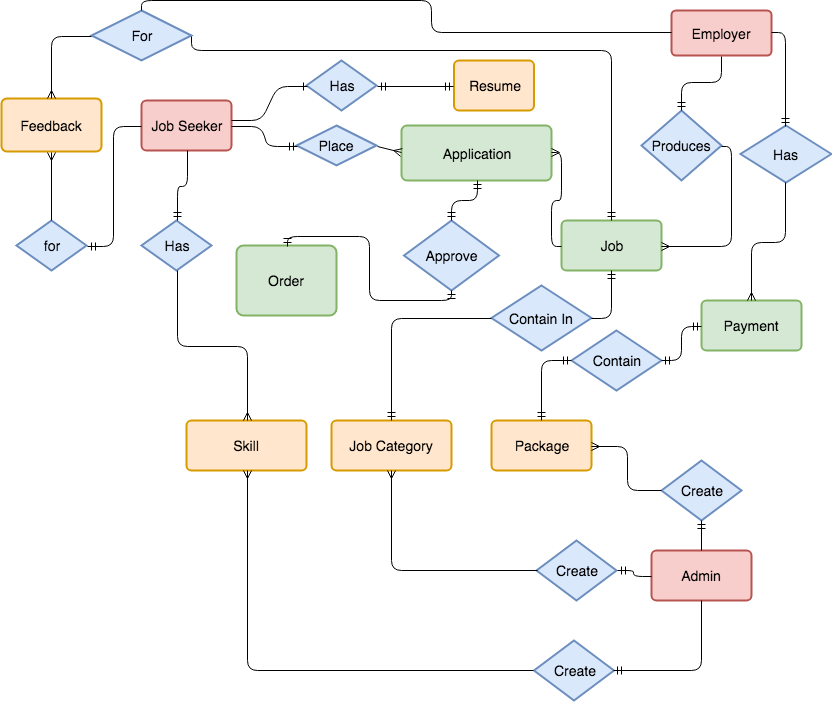
Before: images/ER.png, a diagram exported from draw.io (hungdt-ibl/documents). Source tidied: cells renumbered, new cells last; positions are measured from the earlier drawing's top-left corner, leaving out a move shared by most shapes.
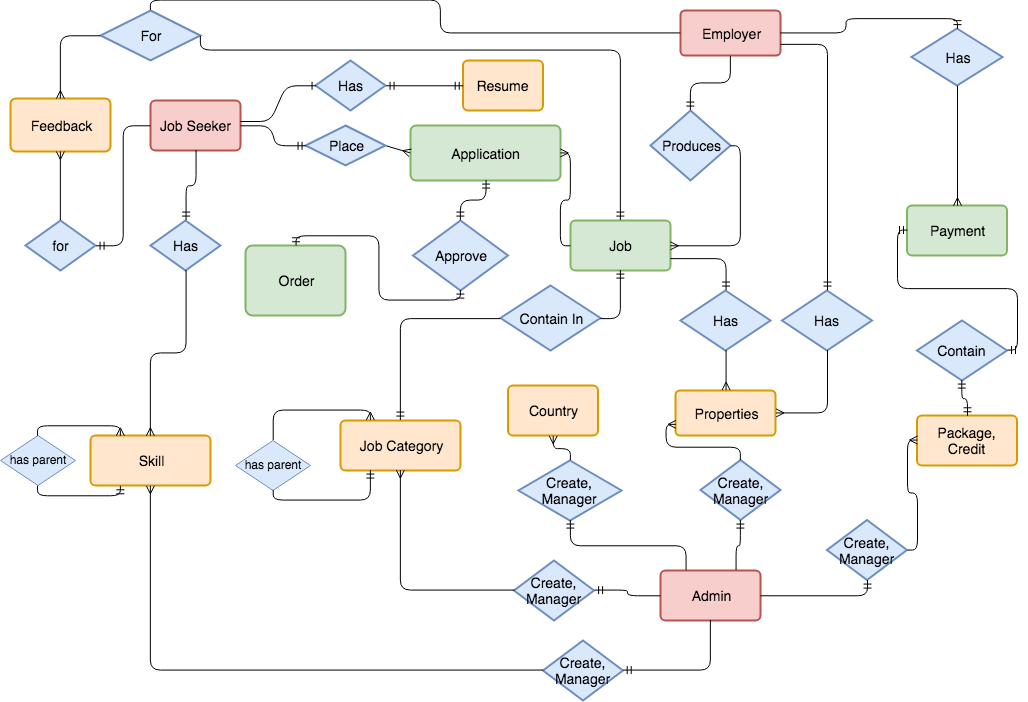
The same file after the commit.

Diff of the diagram source:
```diff
@@ -48,7 +48,7 @@
       <mxGeometry relative="1" as="geometry" />
     </mxCell>
     <mxCell id="17" value="Admin" style="strokeWidth=2;rounded=1;arcSize=10;whiteSpace=wrap;html=1;align=center;fontSize=14;fillColor=#f8cecc;strokeColor=#b85450;" parent="1" vertex="1">
-      <mxGeometry x="650" y="540" width="100" height="50" as="geometry" />
+      <mxGeometry x="650" y="560" width="100" height="50" as="geometry" />
     </mxCell>
     <mxCell id="18" value="Order" style="strokeWidth=2;rounded=1;arcSize=10;whiteSpace=wrap;html=1;align=center;fontSize=14;fillColor=#d5e8d4;strokeColor=#82b366;" parent="1" vertex="1">
       <mxGeometry x="235" y="235" width="100" height="70" as="geometry" />
@@ -62,23 +62,23 @@
     <mxCell id="21" style="fontSize=12;html=1;endArrow=ERmandOne;startArrow=ERmandOne;entryX=0.5;entryY=0;entryDx=0;entryDy=0;exitX=0.5;exitY=1;exitDx=0;exitDy=0;edgeStyle=orthogonalEdgeStyle;" parent="1" edge="1" source="19" target="18">
       <mxGeometry relative="1" as="geometry" />
     </mxCell>
-    <mxCell id="22" value="Create" style="shape=rhombus;strokeWidth=2;fontSize=17;perimeter=rhombusPerimeter;whiteSpace=wrap;html=1;align=center;fontSize=14;fillColor=#dae8fc;strokeColor=#6c8ebf;" parent="1" vertex="1">
-      <mxGeometry x="660" y="450" width="80" height="60" as="geometry" />
+    <mxCell id="22" value="Create, Manager" style="shape=rhombus;strokeWidth=2;fontSize=17;perimeter=rhombusPerimeter;whiteSpace=wrap;html=1;align=center;fontSize=14;fillColor=#dae8fc;strokeColor=#6c8ebf;" parent="1" vertex="1">
+      <mxGeometry x="816.5" y="509.5" width="80" height="60" as="geometry" />
     </mxCell>
-    <mxCell id="23" value="Package" style="strokeWidth=2;rounded=1;arcSize=10;whiteSpace=wrap;html=1;align=center;fontSize=14;fillColor=#ffe6cc;strokeColor=#d79b00;" parent="1" vertex="1">
-      <mxGeometry x="490" y="410" width="100" height="50" as="geometry" />
+    <mxCell id="23" value="Package, Credit" style="strokeWidth=2;rounded=1;arcSize=10;whiteSpace=wrap;html=1;align=center;fontSize=14;fillColor=#ffe6cc;strokeColor=#d79b00;" parent="1" vertex="1">
+      <mxGeometry x="906.5" y="405" width="100" height="50" as="geometry" />
     </mxCell>
-    <mxCell id="24" style="edgeStyle=orthogonalEdgeStyle;fontSize=12;html=1;endArrow=ERmandOne;exitX=0.5;exitY=0;exitDx=0;exitDy=0;entryX=0.5;entryY=1;entryDx=0;entryDy=0;" parent="1" edge="1" source="17" target="22">
+    <mxCell id="24" style="edgeStyle=orthogonalEdgeStyle;fontSize=12;html=1;endArrow=ERmandOne;exitX=1;exitY=0.5;exitDx=0;exitDy=0;entryX=0.5;entryY=1;entryDx=0;entryDy=0;" parent="1" edge="1" source="17" target="22">
       <mxGeometry relative="1" as="geometry" />
     </mxCell>
-    <mxCell id="25" style="edgeStyle=orthogonalEdgeStyle;fontSize=12;html=1;endArrow=ERmany;exitX=0;exitY=0.5;exitDx=0;exitDy=0;entryX=1;entryY=0.5;entryDx=0;entryDy=0;" parent="1" edge="1" source="22" target="23">
+    <mxCell id="25" style="edgeStyle=orthogonalEdgeStyle;fontSize=12;html=1;endArrow=ERmany;exitX=1;exitY=0.5;exitDx=0;exitDy=0;entryX=0;entryY=0.5;entryDx=0;entryDy=0;" parent="1" edge="1" source="22" target="23">
       <mxGeometry relative="1" as="geometry" />
     </mxCell>
     <mxCell id="26" value="Payment" style="strokeWidth=2;rounded=1;arcSize=10;whiteSpace=wrap;html=1;align=center;fontSize=14;fillColor=#d5e8d4;strokeColor=#82b366;" parent="1" vertex="1">
-      <mxGeometry x="700" y="290" width="100" height="50" as="geometry" />
+      <mxGeometry x="896.5" y="195" width="100" height="50" as="geometry" />
     </mxCell>
     <mxCell id="27" value="Has" style="shape=rhombus;strokeWidth=2;fontSize=17;perimeter=rhombusPerimeter;whiteSpace=wrap;html=1;align=center;fontSize=14;fillColor=#dae8fc;strokeColor=#6c8ebf;" parent="1" vertex="1">
-      <mxGeometry x="739" y="115" width="91" height="57" as="geometry" />
+      <mxGeometry x="901" y="18" width="91" height="57" as="geometry" />
     </mxCell>
     <mxCell id="28" style="edgeStyle=orthogonalEdgeStyle;fontSize=12;html=1;endArrow=ERmandOne;exitX=1;exitY=0.5;exitDx=0;exitDy=0;entryX=0.5;entryY=0;entryDx=0;entryDy=0;" parent="1" edge="1" source="7" target="27">
       <mxGeometry relative="1" as="geometry" />
@@ -87,19 +87,19 @@
       <mxGeometry relative="1" as="geometry" />
     </mxCell>
     <mxCell id="30" value="Contain" style="shape=rhombus;strokeWidth=2;fontSize=17;perimeter=rhombusPerimeter;whiteSpace=wrap;html=1;align=center;fontSize=14;fillColor=#dae8fc;strokeColor=#6c8ebf;" parent="1" vertex="1">
-      <mxGeometry x="570" y="320" width="90" height="60" as="geometry" />
+      <mxGeometry x="906.5" y="310" width="90" height="60" as="geometry" />
     </mxCell>
     <mxCell id="31" style="edgeStyle=orthogonalEdgeStyle;fontSize=12;html=1;endArrow=ERmandOne;startArrow=ERmandOne;entryX=0;entryY=0.5;entryDx=0;entryDy=0;exitX=1;exitY=0.5;exitDx=0;exitDy=0;" parent="1" edge="1" source="30" target="26">
       <mxGeometry relative="1" as="geometry" />
     </mxCell>
-    <mxCell id="32" style="edgeStyle=orthogonalEdgeStyle;fontSize=12;html=1;endArrow=ERmandOne;startArrow=ERmandOne;entryX=0;entryY=0.5;entryDx=0;entryDy=0;exitX=0.5;exitY=0;exitDx=0;exitDy=0;" parent="1" edge="1" source="23" target="30">
+    <mxCell id="32" style="fontSize=12;html=1;endArrow=ERmandOne;startArrow=ERmandOne;entryX=0.5;entryY=1;entryDx=0;entryDy=0;exitX=0.5;exitY=0;exitDx=0;exitDy=0;edgeStyle=orthogonalEdgeStyle;" parent="1" edge="1" source="23" target="30">
       <mxGeometry relative="1" as="geometry" />
     </mxCell>
     <mxCell id="33" value="Job Category" style="strokeWidth=2;rounded=1;arcSize=10;whiteSpace=wrap;html=1;align=center;fontSize=14;fillColor=#ffe6cc;strokeColor=#d79b00;" parent="1" vertex="1">
       <mxGeometry x="330" y="410" width="120" height="50" as="geometry" />
     </mxCell>
-    <mxCell id="34" value="Create" style="shape=rhombus;strokeWidth=2;fontSize=17;perimeter=rhombusPerimeter;whiteSpace=wrap;html=1;align=center;fontSize=14;fillColor=#dae8fc;strokeColor=#6c8ebf;" parent="1" vertex="1">
-      <mxGeometry x="535" y="530" width="80" height="60" as="geometry" />
+    <mxCell id="34" value="Create, Manager" style="shape=rhombus;strokeWidth=2;fontSize=17;perimeter=rhombusPerimeter;whiteSpace=wrap;html=1;align=center;fontSize=14;fillColor=#dae8fc;strokeColor=#6c8ebf;" parent="1" vertex="1">
+      <mxGeometry x="503.5" y="550" width="80" height="60" as="geometry" />
     </mxCell>
     <mxCell id="35" style="edgeStyle=orthogonalEdgeStyle;fontSize=12;html=1;endArrow=ERmandOne;exitX=0;exitY=0.5;exitDx=0;exitDy=0;entryX=1;entryY=0.5;entryDx=0;entryDy=0;" parent="1" edge="1" source="17" target="34">
       <mxGeometry relative="1" as="geometry" />
@@ -117,9 +117,9 @@
       <mxGeometry relative="1" as="geometry" />
     </mxCell>
     <mxCell id="40" value="Skill" style="strokeWidth=2;rounded=1;arcSize=10;whiteSpace=wrap;html=1;align=center;fontSize=14;fillColor=#ffe6cc;strokeColor=#d79b00;" parent="1" vertex="1">
-      <mxGeometry x="185" y="410" width="120" height="50" as="geometry" />
+      <mxGeometry x="80" y="425" width="120" height="50" as="geometry" />
     </mxCell>
-    <mxCell id="41" value="Create" style="shape=rhombus;strokeWidth=2;fontSize=17;perimeter=rhombusPerimeter;whiteSpace=wrap;html=1;align=center;fontSize=14;fillColor=#dae8fc;strokeColor=#6c8ebf;" parent="1" vertex="1">
+    <mxCell id="41" value="Create, Manager" style="shape=rhombus;strokeWidth=2;fontSize=17;perimeter=rhombusPerimeter;whiteSpace=wrap;html=1;align=center;fontSize=14;fillColor=#dae8fc;strokeColor=#6c8ebf;" parent="1" vertex="1">
       <mxGeometry x="532.5" y="630" width="80" height="60" as="geometry" />
     </mxCell>
     <mxCell id="42" style="edgeStyle=orthogonalEdgeStyle;fontSize=12;html=1;endArrow=ERmandOne;exitX=0.5;exitY=1;exitDx=0;exitDy=0;entryX=1;entryY=0.5;entryDx=0;entryDy=0;" parent="1" edge="1" source="17" target="41">
@@ -166,5 +166,65 @@
     <mxCell id="54" style="edgeStyle=orthogonalEdgeStyle;fontSize=12;html=1;endArrow=ERmany;exitX=0.5;exitY=0;exitDx=0;exitDy=0;entryX=0.5;entryY=1;entryDx=0;entryDy=0;" parent="1" edge="1" source="52" target="47">
       <mxGeometry relative="1" as="geometry" />
     </mxCell>
+    <mxCell id="55" value="has parent" style="rhombus;whiteSpace=wrap;html=1;fillColor=#dae8fc;strokeColor=#6c8ebf;" parent="1" vertex="1">
+      <mxGeometry x="225" y="430" width="75" height="50" as="geometry" />
+    </mxCell>
+    <mxCell id="56" style="edgeStyle=orthogonalEdgeStyle;fontSize=12;html=1;endArrow=ERmany;entryX=0.25;entryY=0;entryDx=0;entryDy=0;exitX=0.5;exitY=0;exitDx=0;exitDy=0;" parent="1" edge="1" source="55" target="33">
+      <mxGeometry relative="1" as="geometry" />
+    </mxCell>
+    <mxCell id="57" style="edgeStyle=orthogonalEdgeStyle;fontSize=12;html=1;endArrow=ERmandOne;exitX=0.5;exitY=1;exitDx=0;exitDy=0;entryX=0.25;entryY=1;entryDx=0;entryDy=0;" parent="1" edge="1" source="55" target="33">
+      <mxGeometry relative="1" as="geometry" />
+    </mxCell>
+    <mxCell id="58" value="has parent" style="rhombus;whiteSpace=wrap;html=1;fillColor=#dae8fc;strokeColor=#6c8ebf;" parent="1" vertex="1">
+      <mxGeometry x="-10" y="425" width="75" height="50" as="geometry" />
+    </mxCell>
+    <mxCell id="59" style="edgeStyle=orthogonalEdgeStyle;fontSize=12;html=1;endArrow=ERmany;entryX=0.25;entryY=0;entryDx=0;entryDy=0;exitX=0.5;exitY=0;exitDx=0;exitDy=0;" parent="1" edge="1" source="58" target="40">
+      <mxGeometry relative="1" as="geometry" />
+    </mxCell>
+    <mxCell id="60" style="edgeStyle=orthogonalEdgeStyle;fontSize=12;html=1;endArrow=ERmandOne;exitX=0.5;exitY=1;exitDx=0;exitDy=0;entryX=0.25;entryY=1;entryDx=0;entryDy=0;" parent="1" edge="1" source="58" target="40">
+      <mxGeometry relative="1" as="geometry" />
+    </mxCell>
+    <mxCell id="61" value="Country" style="strokeWidth=2;rounded=1;arcSize=10;whiteSpace=wrap;html=1;align=center;fontSize=14;fillColor=#ffe6cc;strokeColor=#d79b00;" parent="1" vertex="1">
+      <mxGeometry x="497.5" y="375" width="90" height="50" as="geometry" />
+    </mxCell>
+    <mxCell id="62" value="Create, Manager" style="shape=rhombus;strokeWidth=2;fontSize=17;perimeter=rhombusPerimeter;whiteSpace=wrap;html=1;align=center;fontSize=14;fillColor=#dae8fc;strokeColor=#6c8ebf;" parent="1" vertex="1">
+      <mxGeometry x="508" y="450" width="103" height="60" as="geometry" />
+    </mxCell>
+    <mxCell id="63" style="edgeStyle=orthogonalEdgeStyle;fontSize=12;html=1;endArrow=ERmandOne;exitX=0.25;exitY=0;exitDx=0;exitDy=0;entryX=0.5;entryY=1;entryDx=0;entryDy=0;" parent="1" edge="1" source="17" target="62">
+      <mxGeometry relative="1" as="geometry" />
+    </mxCell>
+    <mxCell id="64" style="edgeStyle=orthogonalEdgeStyle;fontSize=12;html=1;endArrow=ERmany;exitX=0.5;exitY=0;exitDx=0;exitDy=0;entryX=0.5;entryY=1;entryDx=0;entryDy=0;" parent="1" edge="1" source="62" target="61">
+      <mxGeometry relative="1" as="geometry" />
+    </mxCell>
+    <mxCell id="65" value="Properties" style="strokeWidth=2;rounded=1;arcSize=10;whiteSpace=wrap;html=1;align=center;fontSize=14;fillColor=#ffe6cc;strokeColor=#d79b00;" parent="1" vertex="1">
+      <mxGeometry x="665" y="380" width="100" height="45" as="geometry" />
+    </mxCell>
+    <mxCell id="66" value="Has" style="shape=rhombus;strokeWidth=2;fontSize=17;perimeter=rhombusPerimeter;whiteSpace=wrap;html=1;align=center;fontSize=14;fillColor=#dae8fc;strokeColor=#6c8ebf;" parent="1" vertex="1">
+      <mxGeometry x="670" y="280" width="90" height="60" as="geometry" />
+    </mxCell>
+    <mxCell id="67" style="edgeStyle=orthogonalEdgeStyle;fontSize=12;html=1;endArrow=ERmandOne;entryX=0.5;entryY=0;entryDx=0;entryDy=0;exitX=1;exitY=0.75;exitDx=0;exitDy=0;" parent="1" edge="1" source="9" target="66">
+      <mxGeometry relative="1" as="geometry" />
+    </mxCell>
+    <mxCell id="68" style="edgeStyle=orthogonalEdgeStyle;fontSize=12;html=1;endArrow=ERmany;exitX=0.5;exitY=1;exitDx=0;exitDy=0;entryX=0.5;entryY=0;entryDx=0;entryDy=0;" parent="1" edge="1" source="66" target="65">
+      <mxGeometry relative="1" as="geometry" />
+    </mxCell>
+    <mxCell id="69" value="Create, Manager" style="shape=rhombus;strokeWidth=2;fontSize=17;perimeter=rhombusPerimeter;whiteSpace=wrap;html=1;align=center;fontSize=14;fillColor=#dae8fc;strokeColor=#6c8ebf;" parent="1" vertex="1">
+      <mxGeometry x="690" y="449.5" width="80" height="60" as="geometry" />
+    </mxCell>
+    <mxCell id="70" style="edgeStyle=orthogonalEdgeStyle;fontSize=12;html=1;endArrow=ERmandOne;exitX=0.75;exitY=0;exitDx=0;exitDy=0;entryX=0.5;entryY=1;entryDx=0;entryDy=0;" parent="1" edge="1" source="17" target="69">
+      <mxGeometry relative="1" as="geometry" />
+    </mxCell>
+    <mxCell id="71" style="edgeStyle=orthogonalEdgeStyle;fontSize=12;html=1;endArrow=ERmany;exitX=0.5;exitY=0;exitDx=0;exitDy=0;entryX=0;entryY=0.75;entryDx=0;entryDy=0;" parent="1" edge="1" source="69" target="65">
+      <mxGeometry relative="1" as="geometry" />
+    </mxCell>
+    <mxCell id="72" value="Has" style="shape=rhombus;strokeWidth=2;fontSize=17;perimeter=rhombusPerimeter;whiteSpace=wrap;html=1;align=center;fontSize=14;fillColor=#dae8fc;strokeColor=#6c8ebf;" parent="1" vertex="1">
+      <mxGeometry x="771.5" y="280" width="90" height="60" as="geometry" />
+    </mxCell>
+    <mxCell id="73" style="edgeStyle=orthogonalEdgeStyle;fontSize=12;html=1;endArrow=ERmandOne;exitX=1;exitY=0.75;exitDx=0;exitDy=0;entryX=0.5;entryY=0;entryDx=0;entryDy=0;" parent="1" edge="1" source="7" target="72">
+      <mxGeometry relative="1" as="geometry" />
+    </mxCell>
+    <mxCell id="74" style="edgeStyle=orthogonalEdgeStyle;fontSize=12;html=1;endArrow=ERmany;exitX=0.5;exitY=1;exitDx=0;exitDy=0;entryX=1;entryY=0.5;entryDx=0;entryDy=0;" parent="1" edge="1" source="72" target="65">
+      <mxGeometry relative="1" as="geometry" />
+    </mxCell>
   </root>
 </mxGraphModel>
```
